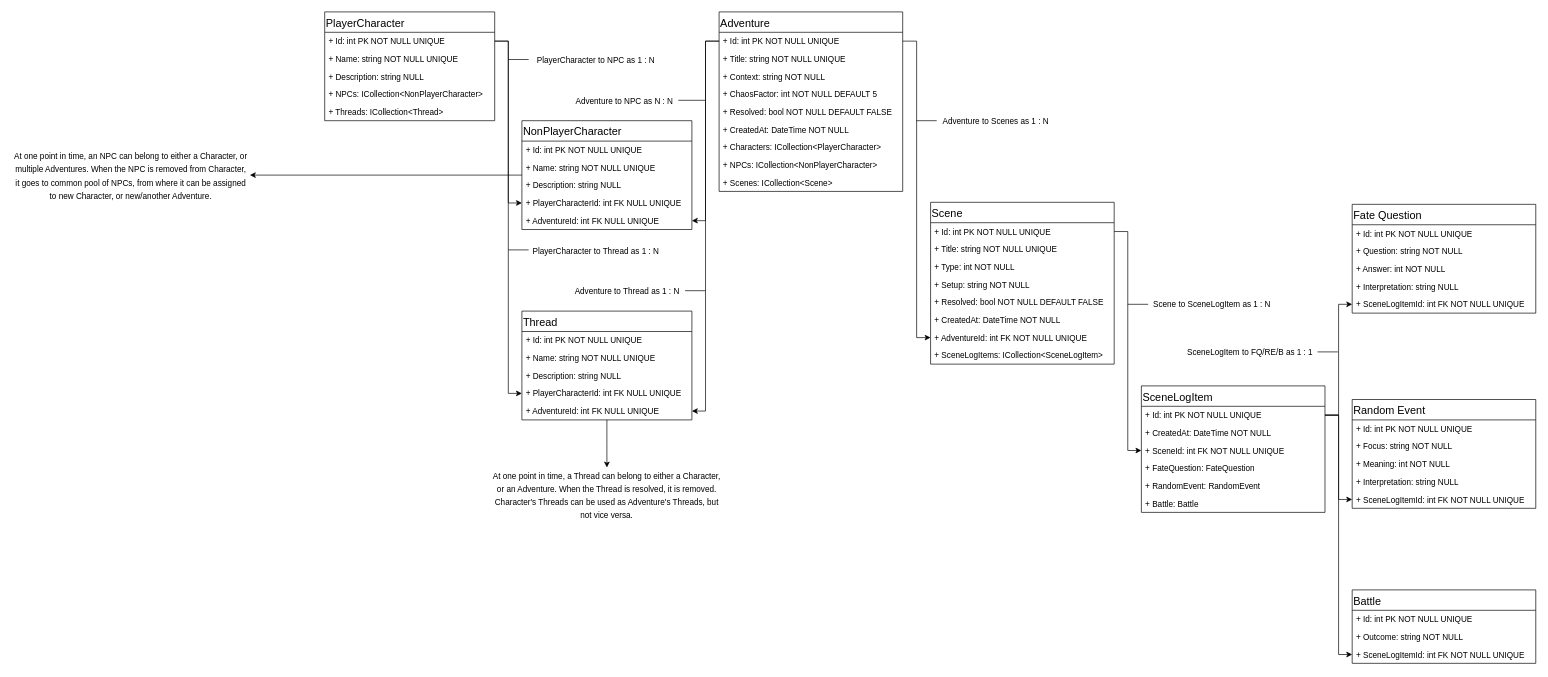
Before: page "Data Structure" (3 of 3) of App Flow and Data Structure.drawio in StanisKo/MGME, a draw.io diagram. Source tidied: cells renumbered, new cells numbered last; positions are measured from the earlier drawing's top-left corner, leaving out a move shared by most shapes. Both pictures are drawn from the tidied source at 68%, with x=0, y=0 at pixel (12, 12).
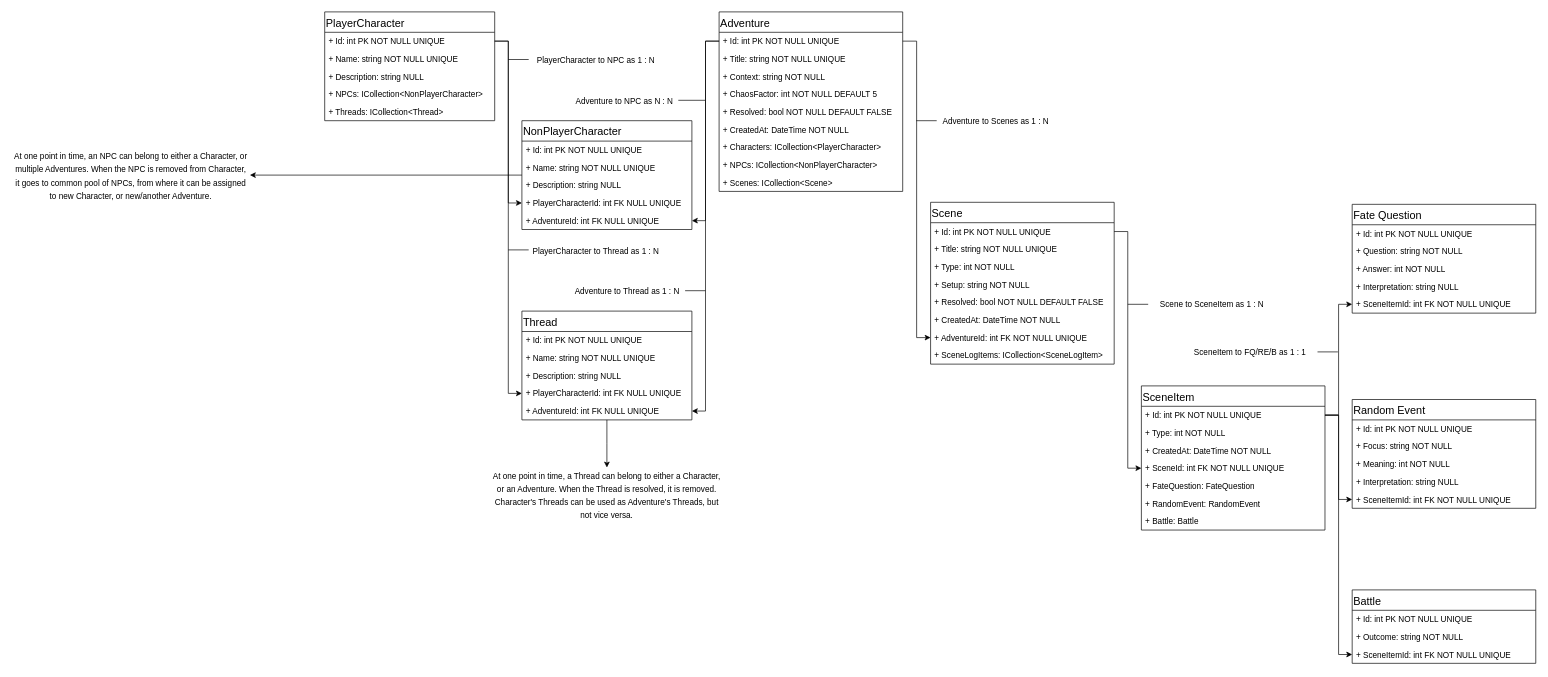
The same diagram, later.

Unchanged cells that the change refers to:
```xml
<mxCell id="66" value="Fate Question" style="swimlane;fontStyle=0;align=left;verticalAlign=top;horizontal=1;startSize=30;rounded=0;strokeColor=#000000;strokeWidth=1;fillColor=none;fontSize=16;fontColor=#000000;" parent="1" vertex="1">
  <mxGeometry x="1971" y="283" width="270" height="160" as="geometry" />
</mxCell>
<mxCell id="73" value="Battle" style="swimlane;fontStyle=0;align=left;verticalAlign=top;horizontal=1;startSize=30;rounded=0;strokeColor=#000000;strokeWidth=1;fillColor=none;fontSize=16;fontColor=#000000;" parent="1" vertex="1">
  <mxGeometry x="1971" y="850" width="270" height="108" as="geometry" />
</mxCell>
<mxCell id="78" value="Random Event" style="swimlane;fontStyle=0;align=left;verticalAlign=top;horizontal=1;startSize=30;rounded=0;strokeColor=#000000;strokeWidth=1;fillColor=none;fontSize=16;fontColor=#000000;" parent="1" vertex="1">
  <mxGeometry x="1971" y="570" width="270" height="160" as="geometry" />
</mxCell>
```

What changed in the source:
```diff
@@
-    <mxCell id="58" value="SceneLogItem" style="swimlane;fontStyle=0;align=left;verticalAlign=top;horizontal=1;startSize=30;rounded=0;strokeColor=#000000;strokeWidth=1;fillColor=none;fontSize=16;fontColor=#000000;" parent="1" vertex="1">
-      <mxGeometry x="1661" y="550" width="270" height="186" as="geometry" />
+    <mxCell id="58" value="SceneItem" style="swimlane;fontStyle=0;align=left;verticalAlign=top;horizontal=1;startSize=30;rounded=0;strokeColor=#000000;strokeWidth=1;fillColor=none;fontSize=16;fontColor=#000000;" parent="1" vertex="1">
+      <mxGeometry x="1661" y="550" width="270" height="212" as="geometry" />
     </mxCell>
@@
+    <mxCell id="89" value="+ Type: int NOT NULL" style="text;strokeColor=none;fillColor=none;align=left;verticalAlign=top;spacingLeft=4;spacingRight=4;overflow=hidden;" parent="58" vertex="1">
+      <mxGeometry y="56" width="270" height="26" as="geometry" />
+    </mxCell>
     <mxCell id="60" value="+ CreatedAt: DateTime NOT NULL" style="text;strokeColor=none;fillColor=none;align=left;verticalAlign=top;spacingLeft=4;spacingRight=4;overflow=hidden;" parent="58" vertex="1">
-      <mxGeometry y="56" width="270" height="26" as="geometry" />
+      <mxGeometry y="82" width="270" height="26" as="geometry" />
     </mxCell>
     <mxCell id="61" value="+ SceneId: int FK NOT NULL UNIQUE" style="text;strokeColor=none;fillColor=none;align=left;verticalAlign=top;spacingLeft=4;spacingRight=4;overflow=hidden;points=[[0,0.5],[1,0.5]];portConstraint=eastwest;" parent="58" vertex="1">
-      <mxGeometry y="82" width="270" height="26" as="geometry" />
+      <mxGeometry y="108" width="270" height="26" as="geometry" />
     </mxCell>
     <mxCell id="62" value="+ FateQuestion: FateQuestion" style="text;strokeColor=none;fillColor=none;align=left;verticalAlign=top;spacingLeft=4;spacingRight=4;overflow=hidden;" parent="58" vertex="1">
-      <mxGeometry y="108" width="270" height="26" as="geometry" />
+      <mxGeometry y="134" width="270" height="26" as="geometry" />
     </mxCell>
     <mxCell id="63" value="+ RandomEvent: RandomEvent" style="text;strokeColor=none;fillColor=none;align=left;verticalAlign=top;spacingLeft=4;spacingRight=4;overflow=hidden;" parent="58" vertex="1">
-      <mxGeometry y="134" width="270" height="26" as="geometry" />
+      <mxGeometry y="160" width="270" height="26" as="geometry" />
     </mxCell>
     <mxCell id="64" value="+ Battle: Battle" style="text;strokeColor=none;fillColor=none;align=left;verticalAlign=top;spacingLeft=4;spacingRight=4;overflow=hidden;" parent="58" vertex="1">
-      <mxGeometry y="160" width="270" height="26" as="geometry" />
+      <mxGeometry y="186" width="270" height="26" as="geometry" />
     </mxCell>
@@
-    <mxCell id="71" value="+ SceneLogItemId: int FK NOT NULL UNIQUE" style="text;strokeColor=none;fillColor=none;align=left;verticalAlign=top;spacingLeft=4;spacingRight=4;overflow=hidden;points=[[0,0.5],[1,0.5]];portConstraint=eastwest;" parent="66" vertex="1">
+    <mxCell id="71" value="+ SceneItemId: int FK NOT NULL UNIQUE" style="text;strokeColor=none;fillColor=none;align=left;verticalAlign=top;spacingLeft=4;spacingRight=4;overflow=hidden;points=[[0,0.5],[1,0.5]];portConstraint=eastwest;" parent="66" vertex="1">
       <mxGeometry y="134" width="270" height="26" as="geometry" />
     </mxCell>
@@
-    <mxCell id="76" value="+ SceneLogItemId: int FK NOT NULL UNIQUE" style="text;strokeColor=none;fillColor=none;align=left;verticalAlign=top;spacingLeft=4;spacingRight=4;overflow=hidden;points=[[0,0.5],[1,0.5]];portConstraint=eastwest;" parent="73" vertex="1">
+    <mxCell id="76" value="+ SceneItemId: int FK NOT NULL UNIQUE" style="text;strokeColor=none;fillColor=none;align=left;verticalAlign=top;spacingLeft=4;spacingRight=4;overflow=hidden;points=[[0,0.5],[1,0.5]];portConstraint=eastwest;" parent="73" vertex="1">
       <mxGeometry y="82" width="270" height="26" as="geometry" />
     </mxCell>
@@
-    <mxCell id="83" value="+ SceneLogItemId: int FK NOT NULL UNIQUE" style="text;strokeColor=none;fillColor=none;align=left;verticalAlign=top;spacingLeft=4;spacingRight=4;overflow=hidden;points=[[0,0.5],[1,0.5]];portConstraint=eastwest;" parent="78" vertex="1">
+    <mxCell id="83" value="+ SceneItemId: int FK NOT NULL UNIQUE" style="text;strokeColor=none;fillColor=none;align=left;verticalAlign=top;spacingLeft=4;spacingRight=4;overflow=hidden;points=[[0,0.5],[1,0.5]];portConstraint=eastwest;" parent="78" vertex="1">
       <mxGeometry y="134" width="270" height="26" as="geometry" />
     </mxCell>
@@
-    <mxCell id="86" value="&lt;span style=&quot;font-size: 12px&quot;&gt;Scene to SceneLogItem as 1 : N&lt;/span&gt;" style="text;html=1;strokeColor=none;fillColor=none;align=center;verticalAlign=middle;whiteSpace=wrap;rounded=0;fontSize=16;fontColor=#000000;" parent="1" vertex="1">
+    <mxCell id="86" value="&lt;span style=&quot;font-size: 12px&quot;&gt;Scene to SceneItem as 1 : N&lt;/span&gt;" style="text;html=1;strokeColor=none;fillColor=none;align=center;verticalAlign=middle;whiteSpace=wrap;rounded=0;fontSize=16;fontColor=#000000;" parent="1" vertex="1">
       <mxGeometry x="1664" y="419" width="202" height="20" as="geometry" />
     </mxCell>
@@
-    <mxCell id="88" value="&lt;span style=&quot;font-size: 12px&quot;&gt;SceneLogItem to FQ/RE/B as 1 : 1&lt;/span&gt;" style="text;html=1;strokeColor=none;fillColor=none;align=center;verticalAlign=middle;whiteSpace=wrap;rounded=0;fontSize=16;fontColor=#000000;" parent="1" vertex="1">
+    <mxCell id="88" value="&lt;span style=&quot;font-size: 12px&quot;&gt;SceneItem to FQ/RE/B as 1 : 1&lt;/span&gt;" style="text;html=1;strokeColor=none;fillColor=none;align=center;verticalAlign=middle;whiteSpace=wrap;rounded=0;fontSize=16;fontColor=#000000;" parent="1" vertex="1">
       <mxGeometry x="1720" y="489" width="202" height="20" as="geometry" />
     </mxCell>
```
